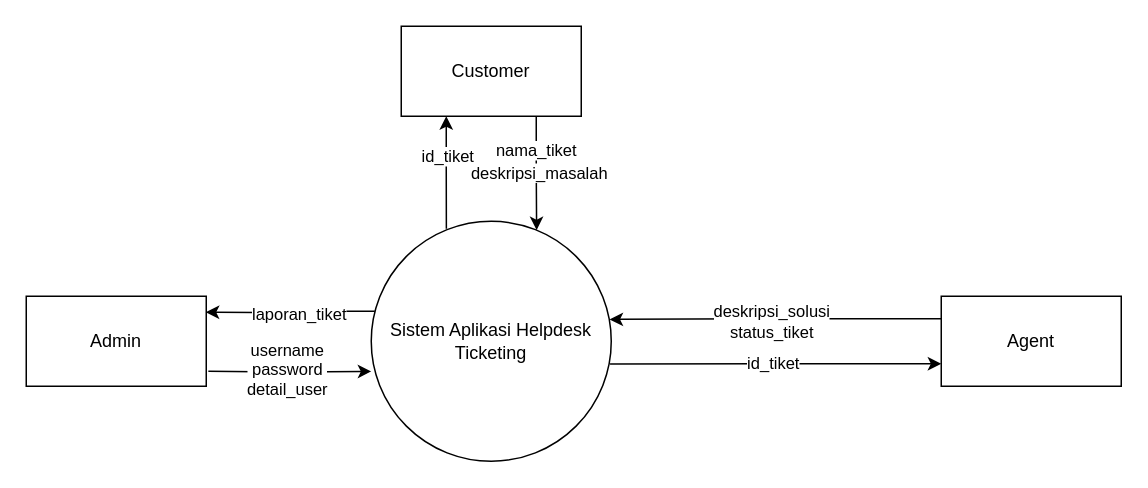
raflialkindhi/graph-save keeps this draw.io diagram as skripsi-dfdk.drawio. Above is the earlier version. Source tidied: cells renumbered, new cells numbered last; positions are measured from the earlier drawing's top-left corner, leaving out a move shared by most shapes. Both pictures are drawn from the tidied source at 150%, with x=0, y=0 at pixel (26, 26).
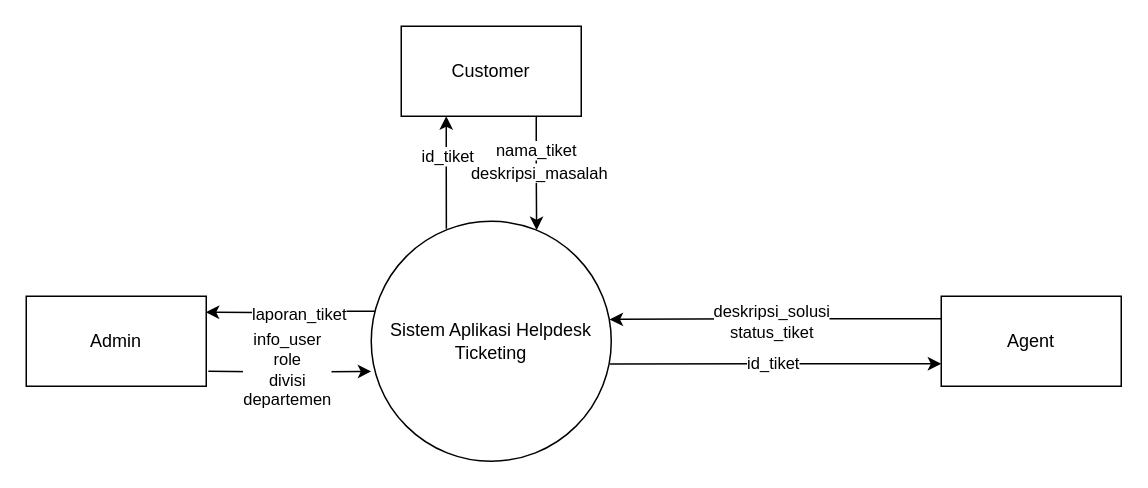
The same diagram, later.

The change refers to these unchanged cells:
```xml
<mxCell id="10" style="edgeStyle=orthogonalEdgeStyle;rounded=0;orthogonalLoop=1;jettySize=auto;html=1;entryX=-0.009;entryY=0.407;entryDx=0;entryDy=0;exitX=1;exitY=0.25;exitDx=0;exitDy=0;entryPerimeter=0;" parent="1" edge="1">
  <mxGeometry relative="1" as="geometry">
    <mxPoint x="121.4" y="230" as="sourcePoint" />
    <mxPoint x="230" y="230.1" as="targetPoint" />
  </mxGeometry>
</mxCell>
```

Diff of the diagram source:
```diff
@@
-    <mxCell id="11" value="&lt;div&gt;username&lt;/div&gt;&lt;div&gt;password&lt;/div&gt;&lt;div&gt;detail_user&lt;br&gt;&lt;/div&gt;" style="edgeLabel;html=1;align=center;verticalAlign=middle;" parent="10" vertex="1">
+    <mxCell id="11" value="&lt;div&gt;info_user&lt;/div&gt;&lt;div&gt;role&lt;br&gt;&lt;/div&gt;&lt;div&gt;divisi&lt;/div&gt;&lt;div&gt;departemen&lt;br&gt;&lt;/div&gt;" style="edgeLabel;html=1;align=center;verticalAlign=middle;" parent="10" vertex="1">
       <mxGeometry x="-0.05" y="2" relative="1" as="geometry" />
     </mxCell>
```
